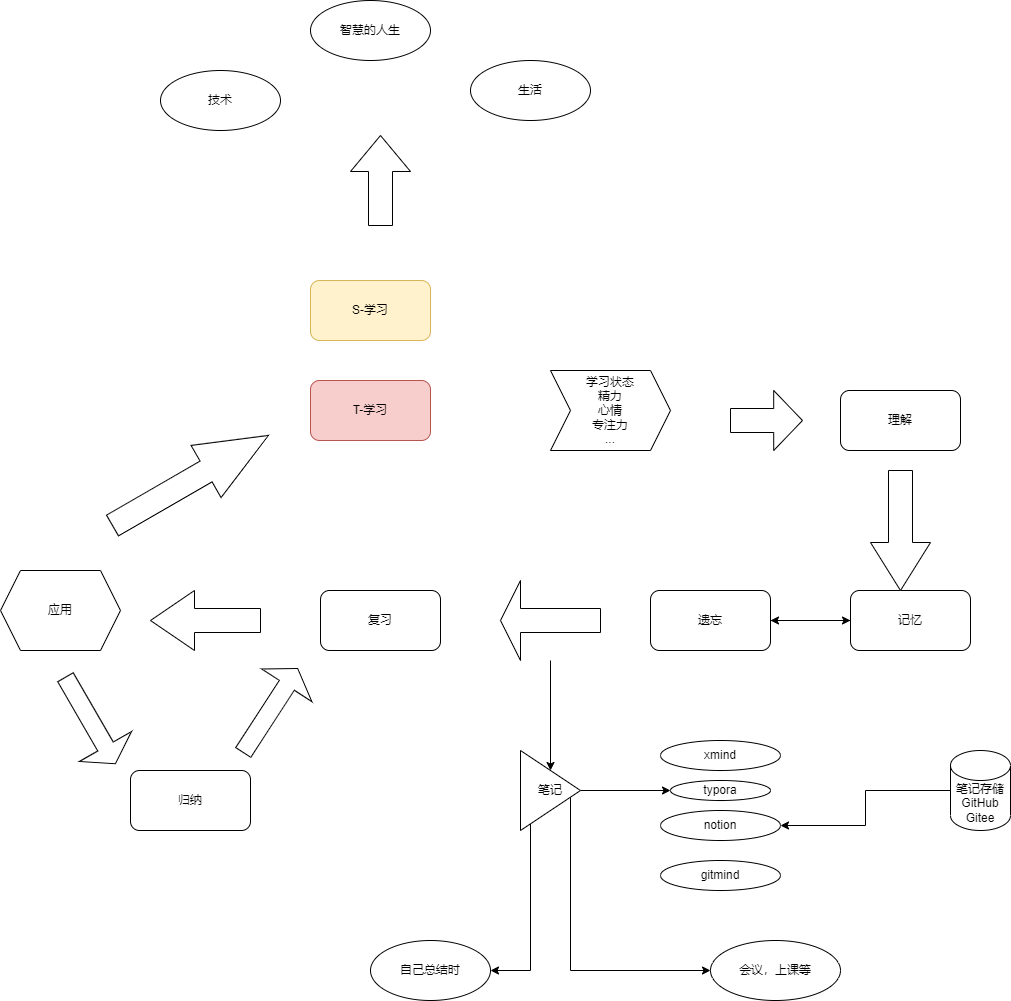
Above: 学习流程图.drawio.png in alowisdom/draw (draw.io), before the change. Source tidied: cells renumbered, new cells last; positions are measured from the earlier drawing's top-left corner, leaving out a move shared by most shapes.
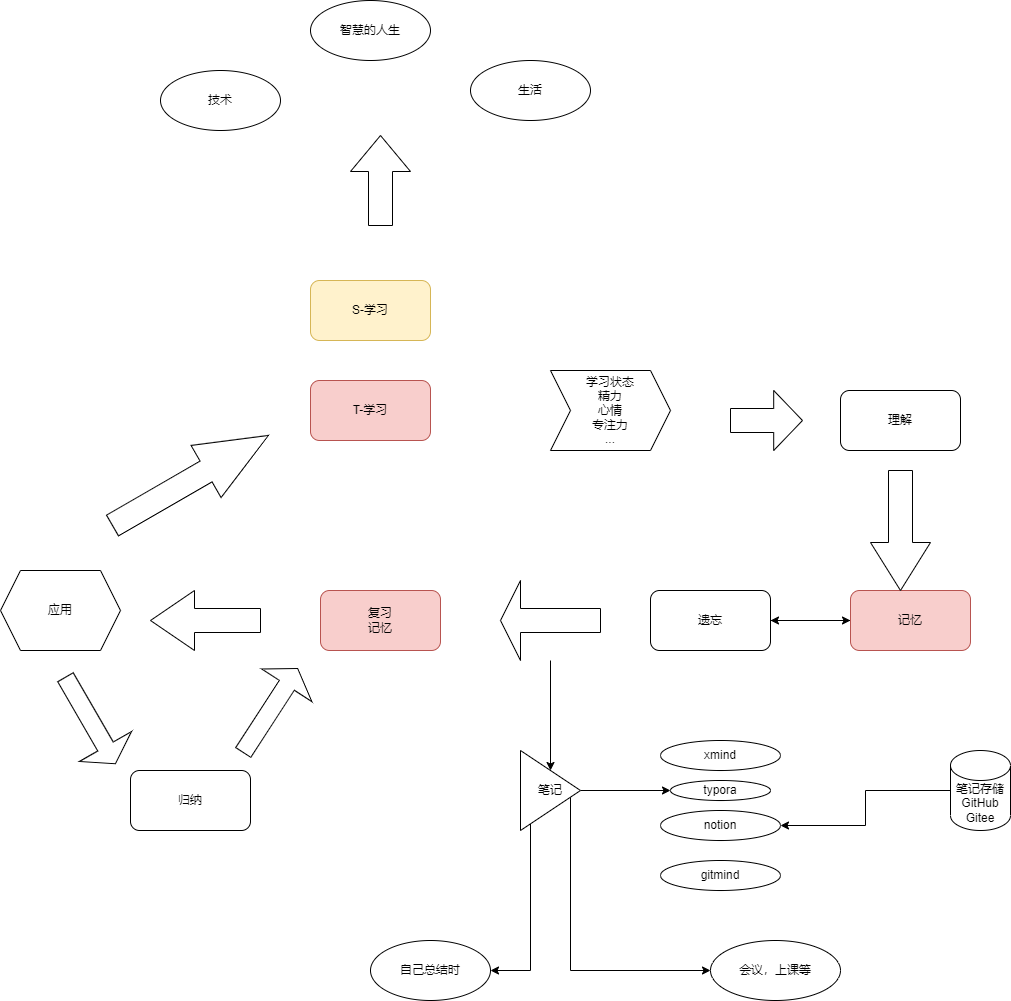
Later version of the same file.

Commit message:
更新学习流程图.drawio.png

The edit, as a diff of the source:
```diff
@@ -11,10 +11,10 @@
     <mxCell id="4" style="edgeStyle=orthogonalEdgeStyle;rounded=0;jettySize=auto;html=1;" parent="1" edge="1" source="5" target="26">
       <mxGeometry relative="1" as="geometry" />
     </mxCell>
-    <mxCell id="5" value="记忆" style="rounded=1;whiteSpace=wrap;html=1;" parent="1" vertex="1">
+    <mxCell id="5" value="记忆" style="rounded=1;whiteSpace=wrap;html=1;fillColor=#f8cecc;strokeColor=#b85450;" parent="1" vertex="1">
       <mxGeometry x="850" y="590" width="120" height="60" as="geometry" />
     </mxCell>
-    <mxCell id="6" value="复习" style="rounded=1;whiteSpace=wrap;html=1;" parent="1" vertex="1">
+    <mxCell id="6" value="复习&lt;br&gt;记忆" style="rounded=1;whiteSpace=wrap;html=1;fillColor=#f8cecc;strokeColor=#b85450;" parent="1" vertex="1">
       <mxGeometry x="320" y="590" width="120" height="60" as="geometry" />
     </mxCell>
     <mxCell id="7" style="shape=singleArrow;whiteSpace=wrap;html=1;arrowWidth=0.4;arrowSize=0.4;" parent="1" vertex="1">
```
